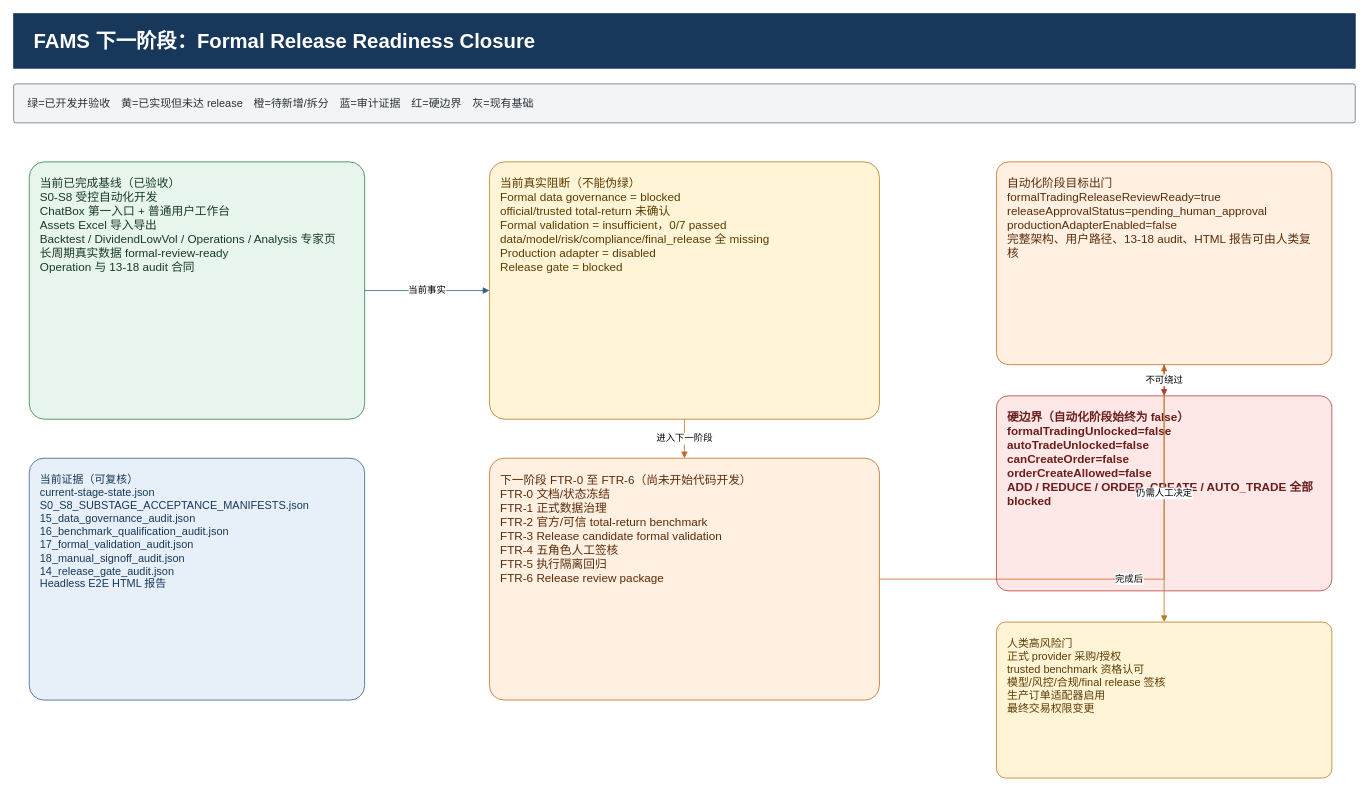
The draw.io diagram page "1 当前基线与下一阶段目标" (1 of 8) of docs/target-architecture-gap.drawio in ljx418/FAMS, before the edit. Source tidied: cells renumbered, new cells numbered last; positions are measured from the earlier drawing's top-left corner, leaving out a move shared by most shapes. Both pictures are drawn from the tidied source at 78%, with x=0, y=0 at pixel (13, 13).
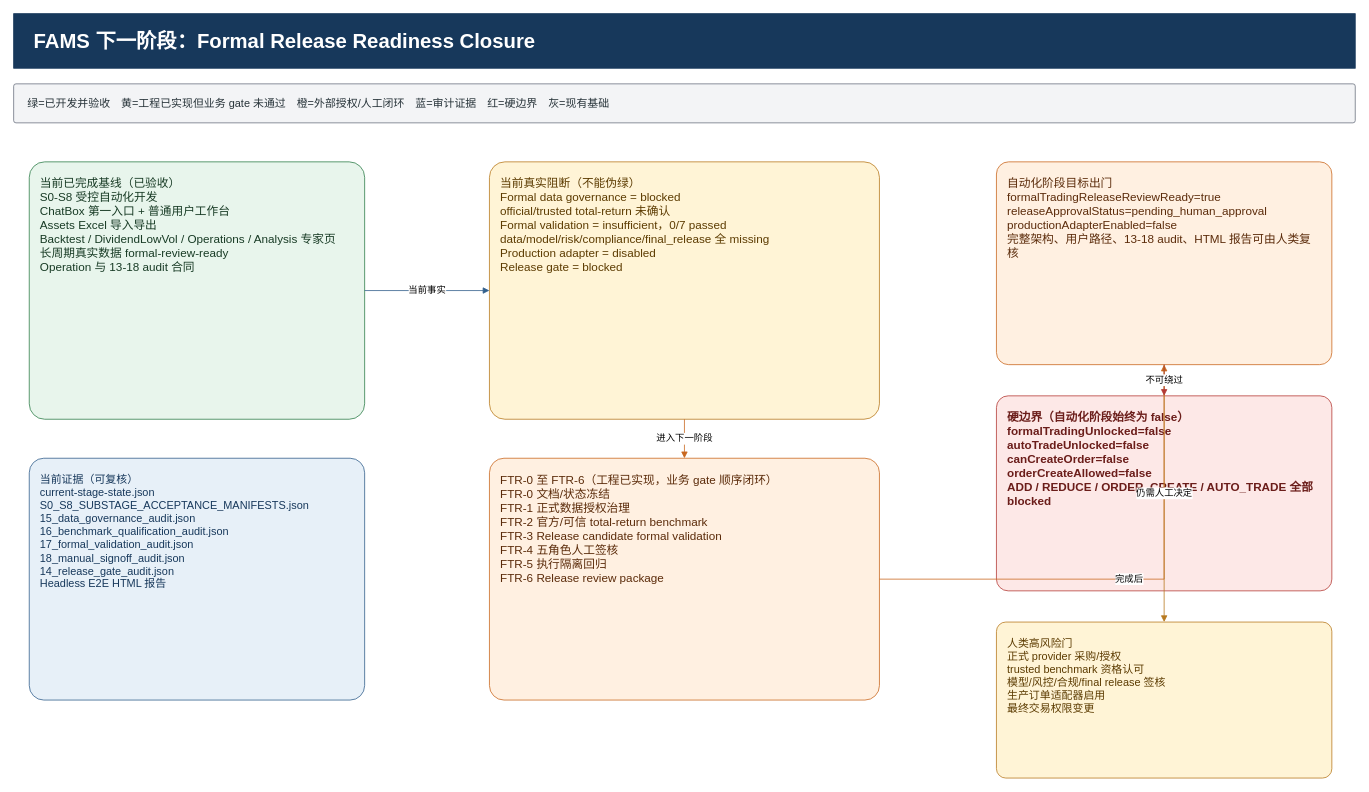
After the change.

Change to the diagram source:
```diff
@@
 <mxGraphModel>
   <root>
     <mxCell id="0" />
     <mxCell id="1" parent="0" />
     <mxCell id="2" value="FAMS 下一阶段：Formal Release Readiness Closure" style="rounded=0;whiteSpace=wrap;html=1;fontFamily=Microsoft YaHei;fontSize=26;fontStyle=1;align=left;verticalAlign=middle;fillColor=#17385b;strokeColor=#17385b;fontColor=#ffffff;spacingLeft=24;" parent="1" vertex="1">
       <mxGeometry width="1720" height="70" as="geometry" />
     </mxCell>
-    <mxCell id="3" value="绿=已开发并验收　黄=已实现但未达 release　橙=待新增/拆分　蓝=审计证据　红=硬边界　灰=现有基础" style="rounded=1;whiteSpace=wrap;html=1;arcSize=6;fontFamily=Microsoft YaHei;fontSize=14;align=left;verticalAlign=middle;fillColor=#f3f4f6;strokeColor=#6b7280;fontColor=#263238;spacingLeft=16;" parent="1" vertex="1">
+    <mxCell id="3" value="绿=已开发并验收　黄=工程已实现但业务 gate 未通过　橙=外部授权/人工闭环　蓝=审计证据　红=硬边界　灰=现有基础" style="rounded=1;whiteSpace=wrap;html=1;arcSize=6;fontFamily=Microsoft YaHei;fontSize=14;align=left;verticalAlign=middle;fillColor=#f3f4f6;strokeColor=#6b7280;fontColor=#263238;spacingLeft=16;" parent="1" vertex="1">
       <mxGeometry y="90" width="1720" height="50" as="geometry" />
     </mxCell>
     <mxCell id="4" value="当前已完成基线（已验收）&#10;S0-S8 受控自动化开发&#10;ChatBox 第一入口 + 普通用户工作台&#10;Assets Excel 导入导出&#10;Backtest / DividendLowVol / Operations / Analysis 专家页&#10;长周期真实数据 formal-review-ready&#10;Operation 与 13-18 audit 合同" style="rounded=1;whiteSpace=wrap;html=1;arcSize=6;fontFamily=Microsoft YaHei;fontSize=15;align=left;verticalAlign=top;fillColor=#e8f5ec;strokeColor=#2f7d4a;fontColor=#183b25;spacing=14;" parent="1" vertex="1">
       <mxGeometry x="20" y="190" width="430" height="330" as="geometry" />
     </mxCell>
     <mxCell id="5" value="当前证据（可复核）&#10;current-stage-state.json&#10;S0_S8_SUBSTAGE_ACCEPTANCE_MANIFESTS.json&#10;15_data_governance_audit.json&#10;16_benchmark_qualification_audit.json&#10;17_formal_validation_audit.json&#10;18_manual_signoff_audit.json&#10;14_release_gate_audit.json&#10;Headless E2E HTML 报告" style="rounded=1;whiteSpace=wrap;html=1;arcSize=6;fontFamily=Microsoft YaHei;fontSize=14;align=left;verticalAlign=top;fillColor=#e7f0f8;strokeColor=#315f8c;fontColor=#17385b;spacing=14;" parent="1" vertex="1">
       <mxGeometry x="20" y="570" width="430" height="310" as="geometry" />
     </mxCell>
     <mxCell id="6" value="当前真实阻断（不能伪绿）&#10;Formal data governance = blocked&#10;official/trusted total-return 未确认&#10;Formal validation = insufficient，0/7 passed&#10;data/model/risk/compliance/final_release 全 missing&#10;Production adapter = disabled&#10;Release gate = blocked" style="rounded=1;whiteSpace=wrap;html=1;arcSize=6;fontFamily=Microsoft YaHei;fontSize=15;align=left;verticalAlign=top;fillColor=#fff4d6;strokeColor=#b7791f;fontColor=#5c3b00;spacing=14;" parent="1" vertex="1">
       <mxGeometry x="610" y="190" width="500" height="330" as="geometry" />
     </mxCell>
-    <mxCell id="7" value="下一阶段 FTR-0 至 FTR-6（尚未开始代码开发）&#10;FTR-0 文档/状态冻结&#10;FTR-1 正式数据治理&#10;FTR-2 官方/可信 total-return benchmark&#10;FTR-3 Release candidate formal validation&#10;FTR-4 五角色人工签核&#10;FTR-5 执行隔离回归&#10;FTR-6 Release review package" style="rounded=1;whiteSpace=wrap;html=1;arcSize=6;fontFamily=Microsoft YaHei;fontSize=15;align=left;verticalAlign=top;fillColor=#fff0e1;strokeColor=#c96820;fontColor=#5b2b0a;spacing=14;" parent="1" vertex="1">
+    <mxCell id="7" value="FTR-0 至 FTR-6（工程已实现，业务 gate 顺序闭环）&#10;FTR-0 文档/状态冻结&#10;FTR-1 正式数据授权治理&#10;FTR-2 官方/可信 total-return benchmark&#10;FTR-3 Release candidate formal validation&#10;FTR-4 五角色人工签核&#10;FTR-5 执行隔离回归&#10;FTR-6 Release review package" style="rounded=1;whiteSpace=wrap;html=1;arcSize=6;fontFamily=Microsoft YaHei;fontSize=15;align=left;verticalAlign=top;fillColor=#fff0e1;strokeColor=#c96820;fontColor=#5b2b0a;spacing=14;" parent="1" vertex="1">
       <mxGeometry x="610" y="570" width="500" height="310" as="geometry" />
     </mxCell>
     <mxCell id="8" value="自动化阶段目标出门&#10;formalTradingReleaseReviewReady=true&#10;releaseApprovalStatus=pending_human_approval&#10;productionAdapterEnabled=false&#10;完整架构、用户路径、13-18 audit、HTML 报告可由人类复核" style="rounded=1;whiteSpace=wrap;html=1;arcSize=6;fontFamily=Microsoft YaHei;fontSize=15;align=left;verticalAlign=top;fillColor=#fff0e1;strokeColor=#c96820;fontColor=#5b2b0a;spacing=14;" parent="1" vertex="1">
       <mxGeometry x="1260" y="190" width="430" height="260" as="geometry" />
     </mxCell>
     <mxCell id="9" value="硬边界（自动化阶段始终为 false）&#10;formalTradingUnlocked=false&#10;autoTradeUnlocked=false&#10;canCreateOrder=false&#10;orderCreateAllowed=false&#10;ADD / REDUCE / ORDER_CREATE / AUTO_TRADE 全部 blocked" style="rounded=1;whiteSpace=wrap;html=1;arcSize=6;fontFamily=Microsoft YaHei;fontSize=15;fontStyle=1;align=left;verticalAlign=top;fillColor=#fde8e7;strokeColor=#b43a36;fontColor=#6b1d1a;spacing=14;" parent="1" vertex="1">
       <mxGeometry x="1260" y="490" width="430" height="250" as="geometry" />
     </mxCell>
     <mxCell id="10" value="人类高风险门&#10;正式 provider 采购/授权&#10;trusted benchmark 资格认可&#10;模型/风控/合规/final release 签核&#10;生产订单适配器启用&#10;最终交易权限变更" style="rounded=1;whiteSpace=wrap;html=1;arcSize=6;fontFamily=Microsoft YaHei;fontSize=14;align=left;verticalAlign=top;fillColor=#fff4d6;strokeColor=#b7791f;fontColor=#5c3b00;spacing=14;" parent="1" vertex="1">
       <mxGeometry x="1260" y="780" width="430" height="200" as="geometry" />
     </mxCell>
     <mxCell id="11" value="当前事实" style="edgeStyle=orthogonalEdgeStyle;rounded=0;jettySize=auto;html=1;endArrow=block;strokeColor=#315f8c;fontFamily=Microsoft YaHei;fontSize=12;" parent="1" edge="1" source="4" target="6">
       <mxGeometry relative="1" as="geometry" />
     </mxCell>
     <mxCell id="12" value="进入下一阶段" style="edgeStyle=orthogonalEdgeStyle;rounded=0;jettySize=auto;html=1;endArrow=block;strokeColor=#c96820;fontFamily=Microsoft YaHei;fontSize=12;" parent="1" edge="1" source="6" target="7">
       <mxGeometry relative="1" as="geometry" />
     </mxCell>
     <mxCell id="13" value="完成后" style="edgeStyle=orthogonalEdgeStyle;rounded=0;jettySize=auto;html=1;endArrow=block;strokeColor=#c96820;fontFamily=Microsoft YaHei;fontSize=12;" parent="1" edge="1" source="7" target="8">
       <mxGeometry relative="1" as="geometry" />
     </mxCell>
     <mxCell id="14" value="仍需人工决定" style="edgeStyle=orthogonalEdgeStyle;rounded=0;jettySize=auto;html=1;endArrow=block;strokeColor=#b7791f;fontFamily=Microsoft YaHei;fontSize=12;" parent="1" edge="1" source="8" target="10">
       <mxGeometry relative="1" as="geometry" />
     </mxCell>
     <mxCell id="15" value="不可绕过" style="edgeStyle=orthogonalEdgeStyle;rounded=0;jettySize=auto;html=1;endArrow=block;strokeColor=#b43a36;fontFamily=Microsoft YaHei;fontSize=12;" parent="1" edge="1" source="8" target="9">
       <mxGeometry relative="1" as="geometry" />
     </mxCell>
   </root>
 </mxGraphModel>
```
